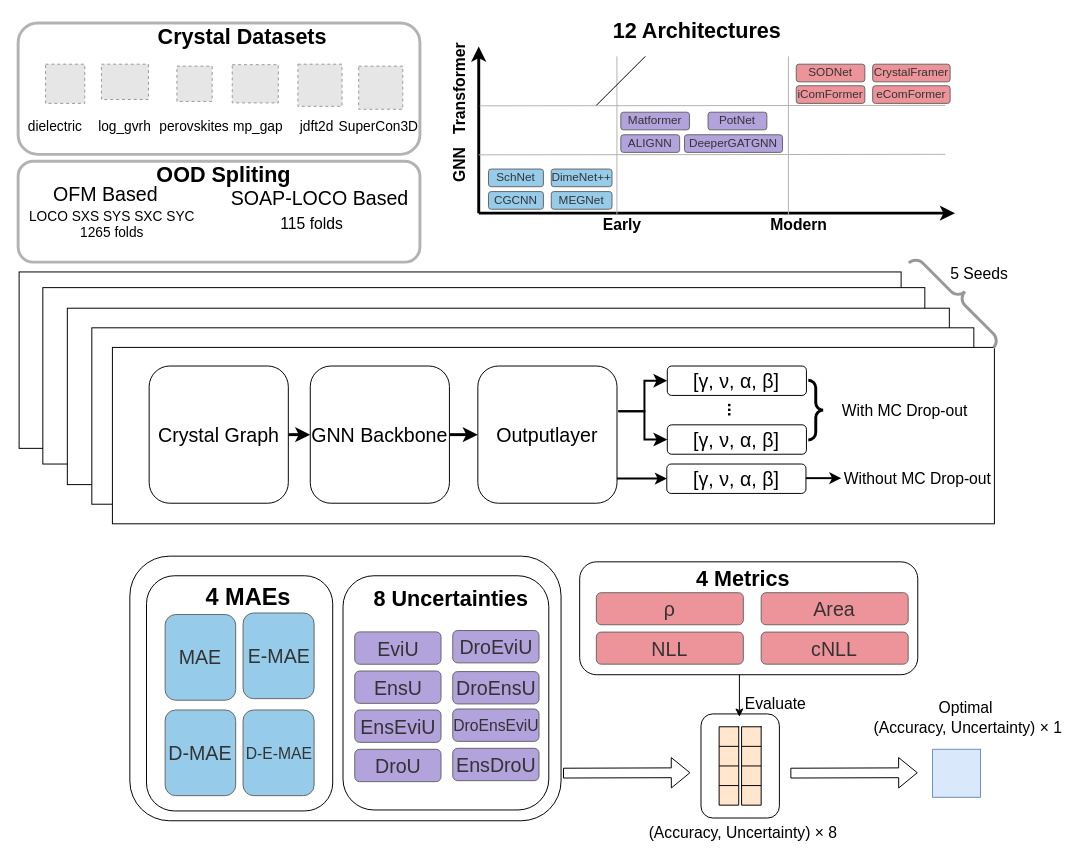
tetean/image-host keeps this draw.io diagram as draw.io/MatUQ-frame.drawio. Above is the earlier version. Source tidied: cells renumbered, new cells numbered last; positions are measured from the earlier drawing's top-left corner, leaving out a move shared by most shapes. Both pictures are drawn from the tidied source at 98%, with x=0, y=0 at pixel (18, 17). Pictures stored in the file or linked from it are replaced by grey dashed boxes.
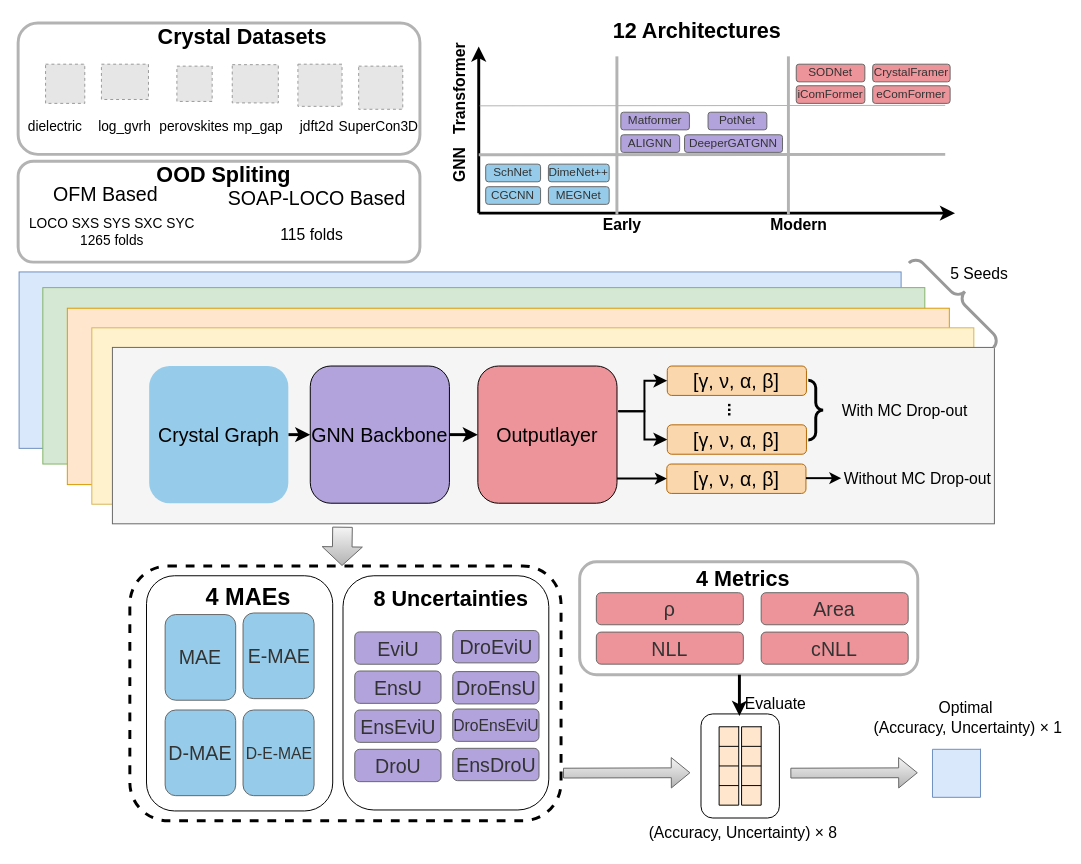
After the change.

Change to the diagram source:
```diff
@@
-    <mxCell id="2" style="rounded=1;whiteSpace=wrap;html=1;" parent="1" vertex="1">
-      <mxGeometry x="114" y="550" width="440" height="270" as="geometry" />
+    <mxCell id="2" style="rounded=1;whiteSpace=wrap;html=1;strokeWidth=3;dashed=1;" parent="1" vertex="1">
+      <mxGeometry x="114" y="560" width="440" height="260" as="geometry" />
     </mxCell>
@@
     <mxCell id="7" value="&lt;span style=&quot;&quot;&gt;CGCNN&lt;/span&gt;" style="rounded=1;whiteSpace=wrap;html=1;rotation=0;labelBackgroundColor=none;fillColor=#96CCEA;fontColor=#333333;strokeColor=#666666;" parent="1" vertex="1">
-      <mxGeometry x="480" y="178" width="56" height="18" as="geometry" />
+      <mxGeometry x="477.1" y="173" width="56" height="18" as="geometry" />
     </mxCell>
@@
     <mxCell id="9" value="&lt;span style=&quot;&quot;&gt;SchNet&lt;/span&gt;" style="rounded=1;whiteSpace=wrap;html=1;rotation=0;labelBackgroundColor=none;fillColor=#96CCEA;fontColor=#333333;strokeColor=#666666;" parent="1" vertex="1">
-      <mxGeometry x="480" y="155" width="56" height="18" as="geometry" />
+      <mxGeometry x="477.1" y="150" width="56" height="18" as="geometry" />
     </mxCell>
     <mxCell id="10" value="&lt;span style=&quot;&quot;&gt;MEGNet&lt;/span&gt;" style="rounded=1;whiteSpace=wrap;html=1;rotation=0;labelBackgroundColor=none;fillColor=#96CCEA;fontColor=#333333;strokeColor=#666666;" parent="1" vertex="1">
-      <mxGeometry x="544" y="178" width="62" height="18" as="geometry" />
+      <mxGeometry x="541.1" y="173" width="62" height="18" as="geometry" />
     </mxCell>
@@
-    <mxCell id="19" style="endArrow=none;html=1;rounded=0;strokeColor=light-dark(#B3B3B3,#B3B3B3);" parent="1" edge="1">
+    <mxCell id="19" style="endArrow=none;html=1;rounded=0;strokeColor=light-dark(#B3B3B3,#B3B3B3);strokeWidth=3;" parent="1" edge="1">
       <mxGeometry relative="1" as="geometry">
         <mxPoint x="470" y="140.5" as="sourcePoint" />
         <mxPoint x="946" y="140" as="targetPoint" />
       </mxGeometry>
     </mxCell>
     <mxCell id="20" value="DimeNet++" style="rounded=1;whiteSpace=wrap;html=1;rotation=0;labelBackgroundColor=none;fillColor=#96CCEA;fontColor=#333333;strokeColor=#666666;" parent="1" vertex="1">
-      <mxGeometry x="544" y="155" width="62" height="18" as="geometry" />
+      <mxGeometry x="541.1" y="150" width="62" height="18" as="geometry" />
     </mxCell>
@@
-    <mxCell id="22" style="endArrow=none;html=1;rounded=0;fillColor=#f5f5f5;strokeColor=light-dark(#B3B3B3,#B3B3B3);" parent="1" edge="1">
+    <mxCell id="22" style="endArrow=none;html=1;rounded=0;fillColor=#f5f5f5;strokeColor=light-dark(#B3B3B3,#B3B3B3);strokeWidth=3;" parent="1" edge="1">
       <mxGeometry relative="1" as="geometry">
         <mxPoint x="611" y="201.5" as="sourcePoint" />
         <mxPoint x="611" y="40" as="targetPoint" />
       </mxGeometry>
     </mxCell>
-    <mxCell id="23" style="endArrow=none;html=1;rounded=0;strokeColor=light-dark(#B3B3B3,#B3B3B3);" parent="1" edge="1">
+    <mxCell id="23" style="endArrow=none;html=1;rounded=0;strokeColor=light-dark(#B3B3B3,#B3B3B3);strokeWidth=3;" parent="1" edge="1">
       <mxGeometry relative="1" as="geometry">
         <mxPoint x="786" y="201.5" as="sourcePoint" />
         <mxPoint x="786" y="40" as="targetPoint" />
       </mxGeometry>
     </mxCell>
@@
     <mxCell id="37" value="&lt;font style=&quot;font-size: 20px;&quot;&gt;SOAP-LOCO Based&lt;/font&gt;" style="text;html=1;whiteSpace=wrap;strokeColor=none;fillColor=none;align=center;verticalAlign=middle;rounded=0;" parent="1" vertex="1">
-      <mxGeometry x="208" y="169" width="200" height="30" as="geometry" />
+      <mxGeometry x="205" y="168.5" width="200" height="30" as="geometry" />
     </mxCell>
     <mxCell id="38" value="&lt;font style=&quot;font-size: 14px;&quot;&gt;LOCO SXS SYS SXC SYC&lt;/font&gt;&lt;div&gt;&lt;font style=&quot;font-size: 14px;&quot;&gt;1265 folds&lt;/font&gt;&lt;/div&gt;" style="text;html=1;whiteSpace=wrap;strokeColor=none;fillColor=none;align=center;verticalAlign=middle;rounded=0;" parent="1" vertex="1">
-      <mxGeometry x="1" y="191" width="190" height="40" as="geometry" />
+      <mxGeometry x="1" y="198.5" width="190" height="40" as="geometry" />
     </mxCell>
     <mxCell id="39" value="&lt;div style=&quot;forced-color-adjust: none; color: rgb(0, 0, 0); font-family: Helvetica; font-style: normal; font-variant-ligatures: normal; font-variant-caps: normal; font-weight: 400; letter-spacing: normal; orphans: 2; text-align: center; text-indent: 0px; text-transform: none; widows: 2; word-spacing: 0px; -webkit-text-stroke-width: 0px; white-space: normal; text-decoration-thickness: initial; text-decoration-style: initial; text-decoration-color: initial;&quot;&gt;&lt;font style=&quot;font-size: 16px;&quot;&gt;115 folds&lt;/font&gt;&lt;/div&gt;" style="text;whiteSpace=wrap;html=1;" parent="1" vertex="1">
-      <mxGeometry x="265.5" y="195" width="106" height="25" as="geometry" />
+      <mxGeometry x="265.5" y="206" width="106" height="25" as="geometry" />
     </mxCell>
@@
-    <mxCell id="45" style="shape=flexArrow;endArrow=classic;html=1;rounded=0;" parent="1" edge="1">
+    <mxCell id="45" style="shape=flexArrow;endArrow=classic;html=1;rounded=0;fillColor=#f5f5f5;strokeColor=#666666;gradientColor=#b3b3b3;" parent="1" edge="1">
       <mxGeometry relative="1" as="geometry">
         <mxPoint x="556" y="771.4" as="sourcePoint" />
         <mxPoint x="686" y="771" as="targetPoint" />
       </mxGeometry>
     </mxCell>
-    <mxCell id="46" style="rounded=1;whiteSpace=wrap;html=1;" parent="1" vertex="1">
+    <mxCell id="46" style="rounded=1;whiteSpace=wrap;html=1;strokeWidth=3;strokeColor=light-dark(#B3B3B3,#B3B3B3);" parent="1" vertex="1">
       <mxGeometry x="573" y="555.8" width="345" height="115.2" as="geometry" />
     </mxCell>
@@
-    <mxCell id="71" style="endArrow=classic;html=1;rounded=0;" parent="1" edge="1">
+    <mxCell id="71" style="endArrow=classic;html=1;rounded=0;strokeWidth=3;" parent="1" edge="1">
       <mxGeometry relative="1" as="geometry">
         <mxPoint x="736" y="671" as="sourcePoint" />
-        <mxPoint x="736" y="714" as="targetPoint" />
+        <mxPoint x="736" y="713" as="targetPoint" />
       </mxGeometry>
     </mxCell>
@@
-    <mxCell id="73" style="shape=flexArrow;endArrow=classic;html=1;rounded=0;" parent="1" edge="1">
+    <mxCell id="73" style="shape=flexArrow;endArrow=classic;html=1;rounded=0;fillColor=#f5f5f5;gradientColor=#b3b3b3;strokeColor=#666666;" parent="1" edge="1">
       <mxGeometry relative="1" as="geometry">
         <mxPoint x="788" y="771.4" as="sourcePoint" />
         <mxPoint x="918" y="771" as="targetPoint" />
       </mxGeometry>
     </mxCell>
@@
-    <mxCell id="96" style="endArrow=none;html=1;rounded=0;" parent="1" edge="1">
-      <mxGeometry relative="1" as="geometry">
-        <mxPoint x="590" y="90" as="sourcePoint" />
-        <mxPoint x="640" y="40" as="targetPoint" />
-      </mxGeometry>
-    </mxCell>
-    <mxCell id="97" style="rounded=0;whiteSpace=wrap;html=1;" parent="1" vertex="1">
+    <mxCell id="97" style="rounded=0;whiteSpace=wrap;html=1;fillColor=#dae8fc;strokeColor=#6c8ebf;" parent="1" vertex="1">
       <mxGeometry x="1" y="260" width="900" height="180" as="geometry" />
     </mxCell>
-    <mxCell id="98" style="rounded=0;whiteSpace=wrap;html=1;" parent="1" vertex="1">
+    <mxCell id="98" style="rounded=0;whiteSpace=wrap;html=1;fillColor=#d5e8d4;strokeColor=#82b366;" parent="1" vertex="1">
       <mxGeometry x="25.2" y="276" width="900" height="180" as="geometry" />
     </mxCell>
-    <mxCell id="99" style="rounded=0;whiteSpace=wrap;html=1;" parent="1" vertex="1">
+    <mxCell id="99" style="rounded=0;whiteSpace=wrap;html=1;fillColor=#ffe6cc;strokeColor=#d79b00;" parent="1" vertex="1">
       <mxGeometry x="50.2" y="297" width="900" height="180" as="geometry" />
     </mxCell>
-    <mxCell id="100" style="rounded=0;whiteSpace=wrap;html=1;" parent="1" vertex="1">
+    <mxCell id="100" style="rounded=0;whiteSpace=wrap;html=1;fillColor=#fff2cc;strokeColor=#d6b656;" parent="1" vertex="1">
       <mxGeometry x="75.2" y="317" width="900" height="180" as="geometry" />
     </mxCell>
-    <mxCell id="101" style="rounded=0;whiteSpace=wrap;html=1;" parent="1" vertex="1">
+    <mxCell id="101" style="rounded=0;whiteSpace=wrap;html=1;fillColor=#f5f5f5;strokeColor=#666666;fontColor=#333333;" parent="1" vertex="1">
       <mxGeometry x="96.2" y="337" width="900" height="180" as="geometry" />
     </mxCell>
@@
-    <mxCell id="105" value="&lt;font style=&quot;font-size: 20px;&quot;&gt;Crystal Graph&lt;/font&gt;" style="rounded=1;whiteSpace=wrap;html=1;direction=south;rotation=0;" parent="1" vertex="1">
+    <mxCell id="105" value="&lt;font style=&quot;font-size: 20px;&quot;&gt;Crystal Graph&lt;/font&gt;" style="rounded=1;whiteSpace=wrap;html=1;direction=south;rotation=0;strokeColor=none;fillColor=light-dark(#96ccea, #ededed);" parent="1" vertex="1">
       <mxGeometry x="133.7" y="356" width="142" height="140" as="geometry" />
     </mxCell>
@@
-    <mxCell id="107" value="&lt;font style=&quot;font-size: 20px;&quot;&gt;GNN Backbone&lt;/font&gt;" style="rounded=1;whiteSpace=wrap;html=1;direction=south;rotation=0;" parent="1" vertex="1">
+    <mxCell id="107" value="&lt;font style=&quot;font-size: 20px;&quot;&gt;GNN Backbone&lt;/font&gt;" style="rounded=1;whiteSpace=wrap;html=1;direction=south;rotation=0;fillColor=light-dark(#b2a3dd, #ededed);" parent="1" vertex="1">
       <mxGeometry x="298.1" y="356" width="142" height="140" as="geometry" />
     </mxCell>
-    <mxCell id="108" value="&lt;font style=&quot;font-size: 20px;&quot;&gt;Outputlayer&lt;/font&gt;" style="rounded=1;whiteSpace=wrap;html=1;direction=south;rotation=0;" parent="1" vertex="1">
+    <mxCell id="108" value="&lt;font style=&quot;font-size: 20px;&quot;&gt;Outputlayer&lt;/font&gt;" style="rounded=1;whiteSpace=wrap;html=1;direction=south;rotation=0;fillColor=light-dark(#ed949a, #ededed);" parent="1" vertex="1">
       <mxGeometry x="469.1" y="356" width="142" height="140" as="geometry" />
     </mxCell>
-    <mxCell id="109" value="&lt;font style=&quot;font-size: 20px;&quot;&gt;[γ, ν, α, β]&lt;/font&gt;" style="rounded=1;whiteSpace=wrap;html=1;direction=south;rotation=0;" parent="1" vertex="1">
+    <mxCell id="109" value="&lt;font style=&quot;font-size: 20px;&quot;&gt;[γ, ν, α, β]&lt;/font&gt;" style="rounded=1;whiteSpace=wrap;html=1;direction=south;rotation=0;fillColor=#fad7ac;strokeColor=#b46504;" parent="1" vertex="1">
       <mxGeometry x="662.4" y="356" width="142" height="30" as="geometry" />
     </mxCell>
-    <mxCell id="110" value="&lt;font style=&quot;font-size: 20px;&quot;&gt;[γ, ν, α, β]&lt;/font&gt;" style="rounded=1;whiteSpace=wrap;html=1;direction=south;rotation=0;" parent="1" vertex="1">
+    <mxCell id="110" value="&lt;font style=&quot;font-size: 20px;&quot;&gt;[γ, ν, α, β]&lt;/font&gt;" style="rounded=1;whiteSpace=wrap;html=1;direction=south;rotation=0;fillColor=#fad7ac;strokeColor=#b46504;" parent="1" vertex="1">
       <mxGeometry x="662.4" y="416" width="142" height="30" as="geometry" />
     </mxCell>
-    <mxCell id="111" value="&lt;font style=&quot;font-size: 20px;&quot;&gt;[γ, ν, α, β]&lt;/font&gt;" style="rounded=1;whiteSpace=wrap;html=1;direction=south;rotation=0;" parent="1" vertex="1">
+    <mxCell id="111" value="&lt;font style=&quot;font-size: 20px;&quot;&gt;[γ, ν, α, β]&lt;/font&gt;" style="rounded=1;whiteSpace=wrap;html=1;direction=south;rotation=0;fillColor=#fad7ac;strokeColor=#b46504;" parent="1" vertex="1">
       <mxGeometry x="661.9" y="456" width="142" height="30" as="geometry" />
     </mxCell>
@@
+    <mxCell id="120" style="shape=flexArrow;endArrow=classic;html=1;rounded=0;fillColor=#f5f5f5;strokeColor=#666666;gradientColor=#b3b3b3;width=20;" parent="1" edge="1">
+      <mxGeometry relative="1" as="geometry">
+        <mxPoint x="331" y="520" as="sourcePoint" />
+        <mxPoint x="330.5" y="560" as="targetPoint" />
+      </mxGeometry>
+    </mxCell>
```
